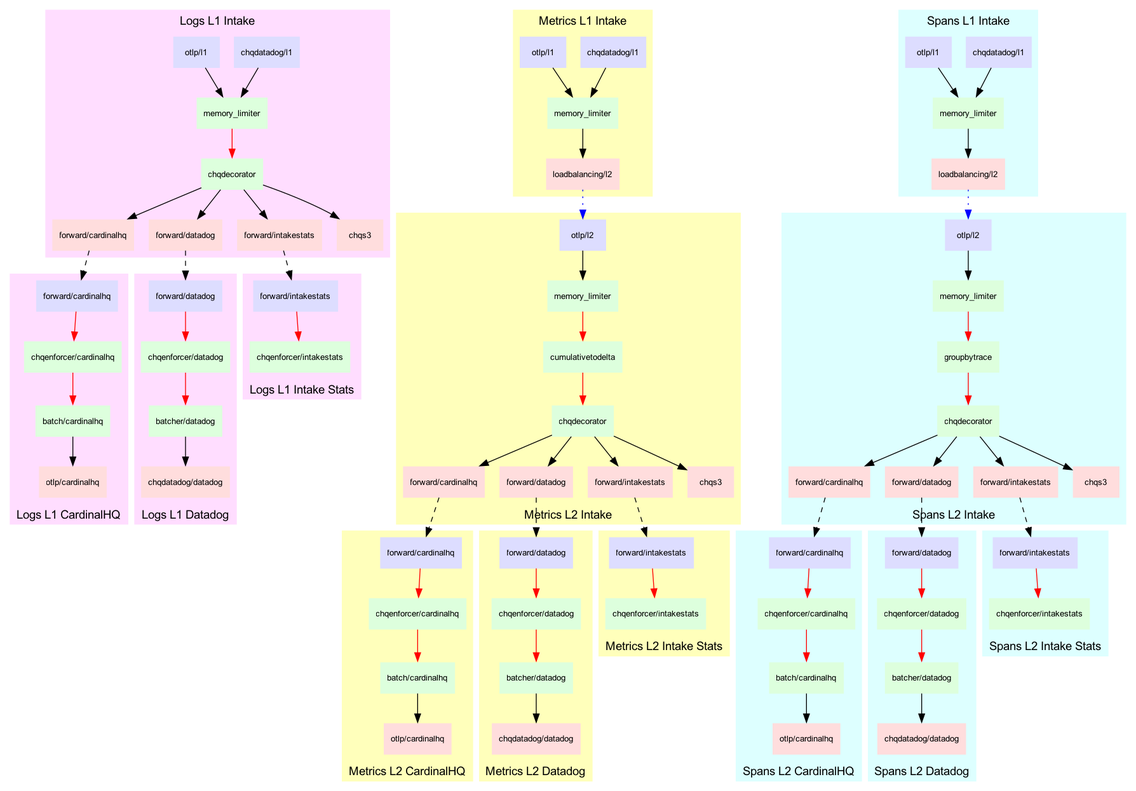
Above: docs/flow/flow.png in cardinalhq/cardinalhq-otel-collector (Graphviz), before the change. Its source is kept beside it as docs/flow/flow.dot.
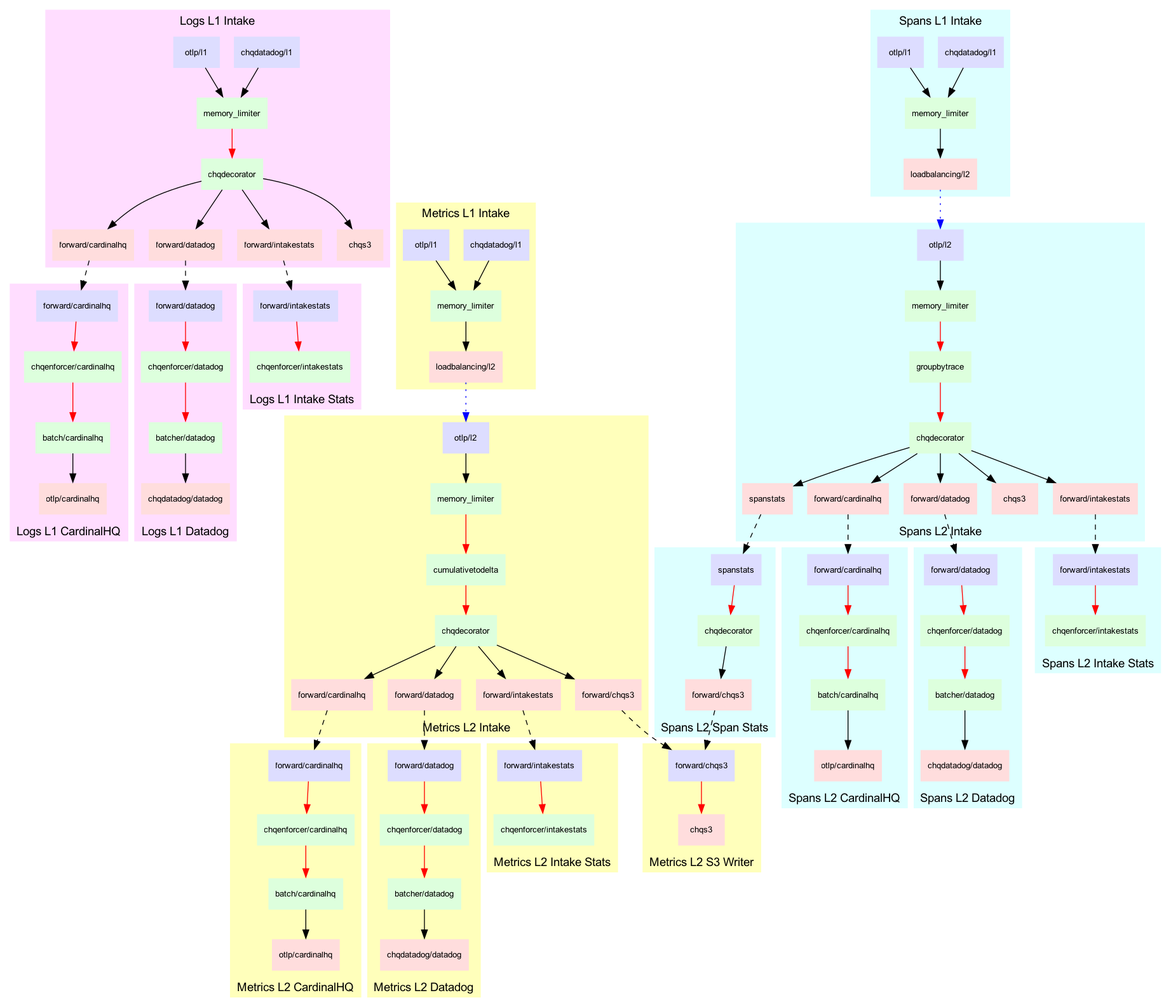
The same diagram one commit later.

Change to the diagram source:
```diff
@@ -78,12 +78,12 @@
         label="Logs L1 Intake Stats";
         labelloc="b";
 
-        c1_forwarder_stats -> c4_forwarder_stats [style=dashed];
+        c1_forwarder_stats -> c100_forwarder_stats [style=dashed];
 
-        c4_forwarder_stats [label="forward/intakestats" color="#ddddff"];
-        c4_chqenforcer_stats [label="chqenforcer/intakestats" color="#ddffdd"];
+        c100_forwarder_stats [label="forward/intakestats" color="#ddddff"];
+        c100_chqenforcer_stats [label="chqenforcer/intakestats" color="#ddffdd"];
 
-        c4_forwarder_stats -> c4_chqenforcer_stats [color=red];
+        c100_forwarder_stats -> c100_chqenforcer_stats [color=red];
     }
 
     subgraph cluster_100 {
@@ -92,14 +92,14 @@
 		node [style=filled,color=white];
         label="Metrics L1 Intake";
 
-        c4_receiver_otlp [label="otlp/l1" color="#ddddff"];
-        c4_receiver_datadog [label="chqdatadog/l1" color="#ddddff"];
-        c4_memory_limiter [label="memory_limiter" color="#ddffdd"];
-        c4_exporter_loadbalance [label="loadbalancing/l2" color="#ffdddd"];
+        c100_receiver_otlp [label="otlp/l1" color="#ddddff"];
+        c100_receiver_datadog [label="chqdatadog/l1" color="#ddddff"];
+        c100_memory_limiter [label="memory_limiter" color="#ddffdd"];
+        c100_exporter_loadbalance [label="loadbalancing/l2" color="#ffdddd"];
 
-        c4_receiver_datadog -> c4_memory_limiter;
-        c4_receiver_otlp -> c4_memory_limiter;
-        c4_memory_limiter -> c4_exporter_loadbalance;
+        c100_receiver_datadog -> c100_memory_limiter;
+        c100_receiver_otlp -> c100_memory_limiter;
+        c100_memory_limiter -> c100_exporter_loadbalance;
     }
 
     subgraph cluster_200 {
@@ -109,24 +109,24 @@
         label="Metrics L2 Intake";
         labelloc="b";
 
-        c4_exporter_loadbalance -> c5_receiver_otlp [style=dotted color=blue]
+        c100_exporter_loadbalance -> c200_receiver_otlp [style=dotted color=blue]
 
-        c5_receiver_otlp [label="otlp/l2" color="#ddddff"];
-        c5_memory_limiter [label="memory_limiter" color="#ddffdd"];
-        c5_cumulativetodelta [label="cumulativetodelta" color="#ddffdd"];
-        c5_chqdecorator [label="chqdecorator" color="#ddffdd"];
-        c5_forwarder_cardinalhq [label="forward/cardinalhq" color="#ffdddd"];
-        c5_forwarder_datadog [label="forward/datadog" color="#ffdddd"];
-        c5_forwarder_stats [label="forward/intakestats" color="#ffdddd"];
-        c5_chqs3 [label="chqs3" color="#ffdddd"];
+        c200_receiver_otlp [label="otlp/l2" color="#ddddff"];
+        c200_memory_limiter [label="memory_limiter" color="#ddffdd"];
+        c200_cumulativetodelta [label="cumulativetodelta" color="#ddffdd"];
+        c200_chqdecorator [label="chqdecorator" color="#ddffdd"];
+        c200_forwarder_cardinalhq [label="forward/cardinalhq" color="#ffdddd"];
+        c200_forwarder_datadog [label="forward/datadog" color="#ffdddd"];
+        c200_forwarder_stats [label="forward/intakestats" color="#ffdddd"];
+        c200_forwarder_chqs3 [label="forward/chqs3" color="#ffdddd"];
 
-        c5_receiver_otlp -> c5_memory_limiter;
-        c5_memory_limiter -> c5_cumulativetodelta [color=red];
-        c5_cumulativetodelta -> c5_chqdecorator [color=red];
-        c5_chqdecorator -> c5_forwarder_cardinalhq;
-        c5_chqdecorator -> c5_forwarder_datadog;
-        c5_chqdecorator -> c5_forwarder_stats;
-        c5_chqdecorator -> c5_chqs3;
+        c200_receiver_otlp -> c200_memory_limiter;
+        c200_memory_limiter -> c200_cumulativetodelta [color=red];
+        c200_cumulativetodelta -> c200_chqdecorator [color=red];
+        c200_chqdecorator -> c200_forwarder_cardinalhq;
+        c200_chqdecorator -> c200_forwarder_datadog;
+        c200_chqdecorator -> c200_forwarder_stats;
+        c200_chqdecorator -> c200_forwarder_chqs3;
     }
 
     subgraph cluster_201 {
@@ -136,16 +136,16 @@
         label="Metrics L2 CardinalHQ";
         labelloc="b";
 
-        c5_forwarder_cardinalhq -> c6_forwarder_cardinalhq [style=dashed];
+        c200_forwarder_cardinalhq -> c201_forwarder_cardinalhq [style=dashed];
 
-        c6_forwarder_cardinalhq [label="forward/cardinalhq" color="#ddddff"];
-        c6_chqenforcer_cardinalhq [label="chqenforcer/cardinalhq" color="#ddffdd"];
-        c6_batcher_cardinalhq [label="batch/cardinalhq" color="#ddffdd"];
-        c6_otlp_cardinalhq [label="otlp/cardinalhq" color="#ffdddd"];
+        c201_forwarder_cardinalhq [label="forward/cardinalhq" color="#ddddff"];
+        c201_chqenforcer_cardinalhq [label="chqenforcer/cardinalhq" color="#ddffdd"];
+        c201_batcher_cardinalhq [label="batch/cardinalhq" color="#ddffdd"];
+        c201_otlp_cardinalhq [label="otlp/cardinalhq" color="#ffdddd"];
 
-        c6_forwarder_cardinalhq -> c6_chqenforcer_cardinalhq [color=red];
-        c6_chqenforcer_cardinalhq -> c6_batcher_cardinalhq [color=red];
-        c6_batcher_cardinalhq -> c6_otlp_cardinalhq;
+        c201_forwarder_cardinalhq -> c201_chqenforcer_cardinalhq [color=red];
+        c201_chqenforcer_cardinalhq -> c201_batcher_cardinalhq [color=red];
+        c201_batcher_cardinalhq -> c201_otlp_cardinalhq;
     }
 
     subgraph cluster_202 {
@@ -155,16 +155,16 @@
         label="Metrics L2 Datadog";
         labelloc="b";
 
-        c5_forwarder_datadog -> c7_forwarder_datadog [style=dashed];
+        c200_forwarder_datadog -> c202_forwarder_datadog [style=dashed];
 
-        c7_forwarder_datadog [label="forward/datadog" color="#ddddff"];
-        c7_chqenforcer_datadog [label="chqenforcer/datadog" color="#ddffdd"];
-        c7_batcher_datadog [label="batcher/datadog" color="#ddffdd"];
-        c7_chqdatadog_datadog [label="chqdatadog/datadog" color="#ffdddd"];
+        c202_forwarder_datadog [label="forward/datadog" color="#ddddff"];
+        c202_chqenforcer_datadog [label="chqenforcer/datadog" color="#ddffdd"];
+        c202_batcher_datadog [label="batcher/datadog" color="#ddffdd"];
+        c202_chqdatadog_datadog [label="chqdatadog/datadog" color="#ffdddd"];
 
-        c7_forwarder_datadog -> c7_chqenforcer_datadog [color=red];
-        c7_chqenforcer_datadog -> c7_batcher_datadog [color=red];
-        c7_batcher_datadog -> c7_chqdatadog_datadog;
+        c202_forwarder_datadog -> c202_chqenforcer_datadog [color=red];
+        c202_chqenforcer_datadog -> c202_batcher_datadog [color=red];
+        c202_batcher_datadog -> c202_chqdatadog_datadog;
     }
 
     subgraph cluster_203 {
@@ -174,12 +174,27 @@
         label="Metrics L2 Intake Stats";
         labelloc="b";
 
-        c5_forwarder_stats -> c8_forwarder_stats [style=dashed];
+        c200_forwarder_stats -> c203_forwarder_stats [style=dashed];
 
-        c8_forwarder_stats [label="forward/intakestats" color="#ddddff"];
-        c8_chqenforcer_stats [label="chqenforcer/intakestats" color="#ddffdd"];
+        c203_forwarder_stats [label="forward/intakestats" color="#ddddff"];
+        c203_chqenforcer_stats [label="chqenforcer/intakestats" color="#ddffdd"];
 
-        c8_forwarder_stats -> c8_chqenforcer_stats [color=red];
+        c203_forwarder_stats -> c203_chqenforcer_stats [color=red];
+    }
+
+        subgraph cluster_204 {
+        style=filled;
+        color="#ffffbb";
+        node [style=filled,color=white];
+        label="Metrics L2 S3 Writer";
+        labelloc="b";
+
+        c200_forwarder_chqs3 -> c204_forwarder_chqs3 [style=dashed];
+
+        c204_forwarder_chqs3 [label="forward/chqs3" color="#ddddff"];
+        c204_chqs3 [label="chqs3" color="#ffdddd"];
+
+        c204_forwarder_chqs3 -> c204_chqs3 [color=red];
     }
 
     subgraph cluster_300 {
@@ -188,14 +203,14 @@
         node [style=filled,color=white];
         label="Spans L1 Intake";
 
-        c8_receiver_otlp [label="otlp/l1" color="#ddddff"];
-        c8_receiver_datadog [label="chqdatadog/l1" color="#ddddff"];
-        c8_memory_limiter [label="memory_limiter" color="#ddffdd"];
-        c8_exporter_loadbalance [label="loadbalancing/l2" color="#ffdddd"];
+        c203_receiver_otlp [label="otlp/l1" color="#ddddff"];
+        c203_receiver_datadog [label="chqdatadog/l1" color="#ddddff"];
+        c203_memory_limiter [label="memory_limiter" color="#ddffdd"];
+        c203_exporter_loadbalance [label="loadbalancing/l2" color="#ffdddd"];
 
-        c8_receiver_datadog -> c8_memory_limiter;
-        c8_receiver_otlp -> c8_memory_limiter;
-        c8_memory_limiter -> c8_exporter_loadbalance;
+        c203_receiver_datadog -> c203_memory_limiter;
+        c203_receiver_otlp -> c203_memory_limiter;
+        c203_memory_limiter -> c203_exporter_loadbalance;
     }
 
     subgraph cluster_400 {
@@ -205,24 +220,26 @@
         label="Spans L2 Intake";
         labelloc="b";
 
-        c8_exporter_loadbalance -> c9_receiver_otlp [style=dotted color=blue]
+        c203_exporter_loadbalance -> c400_receiver_otlp [style=dotted color=blue]
 
-        c9_receiver_otlp [label="otlp/l2" color="#ddddff"];
-        c9_memory_limiter [label="memory_limiter" color="#ddffdd"];
-        c9_groupbytrace [label="groupbytrace" color="#ddffdd"];
-        c9_chqdecorator [label="chqdecorator" color="#ddffdd"];
-        c9_forwarder_cardinalhq [label="forward/cardinalhq" color="#ffdddd"];
-        c9_forwarder_datadog [label="forward/datadog" color="#ffdddd"];
-        c9_forwarder_stats [label="forward/intakestats" color="#ffdddd"];
-        c9_chqs3 [label="chqs3" color="#ffdddd"];
+        c400_receiver_otlp [label="otlp/l2" color="#ddddff"];
+        c400_memory_limiter [label="memory_limiter" color="#ddffdd"];
+        c400_groupbytrace [label="groupbytrace" color="#ddffdd"];
+        c400_chqdecorator [label="chqdecorator" color="#ddffdd"];
+        c400_forwarder_cardinalhq [label="forward/cardinalhq" color="#ffdddd"];
+        c400_forwarder_datadog [label="forward/datadog" color="#ffdddd"];
+        c400_forwarder_stats [label="forward/intakestats" color="#ffdddd"];
+        c400_chqs3 [label="chqs3" color="#ffdddd"];
+        c400_spanstats [label="spanstats" color="#ffdddd"];
 
-        c9_receiver_otlp -> c9_memory_limiter;
-        c9_memory_limiter -> c9_groupbytrace [color=red];
-        c9_groupbytrace -> c9_chqdecorator [color=red];
-        c9_chqdecorator -> c9_forwarder_cardinalhq;
-        c9_chqdecorator -> c9_forwarder_datadog;
-        c9_chqdecorator -> c9_forwarder_stats;
-        c9_chqdecorator -> c9_chqs3;
+        c400_receiver_otlp -> c400_memory_limiter;
+        c400_memory_limiter -> c400_groupbytrace [color=red];
+        c400_groupbytrace -> c400_chqdecorator [color=red];
+        c400_chqdecorator -> c400_forwarder_cardinalhq;
+        c400_chqdecorator -> c400_forwarder_datadog;
+        c400_chqdecorator -> c400_forwarder_stats;
+        c400_chqdecorator -> c400_chqs3;
+        c400_chqdecorator -> c400_spanstats;
     }
 
     subgraph cluster_401 {
@@ -232,16 +249,16 @@
         label="Spans L2 CardinalHQ";
         labelloc="b";
 
-        c9_forwarder_cardinalhq -> c10_forwarder_cardinalhq [style=dashed];
+        c400_forwarder_cardinalhq -> c401_forwarder_cardinalhq [style=dashed];
 
-        c10_forwarder_cardinalhq [label="forward/cardinalhq" color="#ddddff"];
-        c10_chqenforcer_cardinalhq [label="chqenforcer/cardinalhq" color="#ddffdd"];
-        c10_batcher_cardinalhq [label="batch/cardinalhq" color="#ddffdd"];
-        c10_otlp_cardinalhq [label="otlp/cardinalhq" color="#ffdddd"];
+        c401_forwarder_cardinalhq [label="forward/cardinalhq" color="#ddddff"];
+        c401_chqenforcer_cardinalhq [label="chqenforcer/cardinalhq" color="#ddffdd"];
+        c401_batcher_cardinalhq [label="batch/cardinalhq" color="#ddffdd"];
+        c401_otlp_cardinalhq [label="otlp/cardinalhq" color="#ffdddd"];
 
-        c10_forwarder_cardinalhq -> c10_chqenforcer_cardinalhq [color=red];
-        c10_chqenforcer_cardinalhq -> c10_batcher_cardinalhq [color=red];
-        c10_batcher_cardinalhq -> c10_otlp_cardinalhq;
+        c401_forwarder_cardinalhq -> c401_chqenforcer_cardinalhq [color=red];
+        c401_chqenforcer_cardinalhq -> c401_batcher_cardinalhq [color=red];
+        c401_batcher_cardinalhq -> c401_otlp_cardinalhq;
     }
 
     subgraph cluster_402 {
@@ -251,16 +268,16 @@
         label="Spans L2 Datadog";
         labelloc="b";
 
-        c9_forwarder_datadog -> c11_forwarder_datadog [style=dashed];
+        c400_forwarder_datadog -> c402_forwarder_datadog [style=dashed];
 
-        c11_forwarder_datadog [label="forward/datadog" color="#ddddff"];
-        c11_chqenforcer_datadog [label="chqenforcer/datadog" color="#ddffdd"];
-        c11_batcher_datadog [label="batcher/datadog" color="#ddffdd"];
-        c11_chqdatadog_datadog [label="chqdatadog/datadog" color="#ffdddd"];
+        c402_forwarder_datadog [label="forward/datadog" color="#ddddff"];
+        c402_chqenforcer_datadog [label="chqenforcer/datadog" color="#ddffdd"];
+        c402_batcher_datadog [label="batcher/datadog" color="#ddffdd"];
+        c402_chqdatadog_datadog [label="chqdatadog/datadog" color="#ffdddd"];
 
-        c11_forwarder_datadog -> c11_chqenforcer_datadog [color=red];
-        c11_chqenforcer_datadog -> c11_batcher_datadog [color=red];
-        c11_batcher_datadog -> c11_chqdatadog_datadog;
+        c402_forwarder_datadog -> c402_chqenforcer_datadog [color=red];
+        c402_chqenforcer_datadog -> c402_batcher_datadog [color=red];
+        c402_batcher_datadog -> c402_chqdatadog_datadog;
     }
 
     subgraph cluster_403 {
@@ -270,11 +287,29 @@
         label="Spans L2 Intake Stats";
         labelloc="b";
 
-        c9_forwarder_stats -> c12_forwarder_stats [style=dashed];
+        c400_forwarder_stats -> c403_forwarder_stats [style=dashed];
 
-        c12_forwarder_stats [label="forward/intakestats" color="#ddddff"];
-        c12_chqenforcer_stats [label="chqenforcer/intakestats" color="#ddffdd"];
+        c403_forwarder_stats [label="forward/intakestats" color="#ddddff"];
+        c403_chqenforcer_stats [label="chqenforcer/intakestats" color="#ddffdd"];
 
-        c12_forwarder_stats -> c12_chqenforcer_stats [color=red];
+        c403_forwarder_stats -> c403_chqenforcer_stats [color=red];
+    }
+
+    subgraph cluster_404 {
+        style=filled;
+        color="#ddffff";
+        node [style=filled,color=white];
+        label="Spans L2 Span Stats";
+        labelloc="b";
+
+        c400_spanstats -> c404_spanstats [style=dashed];
+        c404_forwarder_chqs3 [label="forward/chqs3" color="#ffdddd"];
+
+        c404_spanstats [label="spanstats" color="#ddddff"];
+        c404_chqdecorator [label="chqdecorator" color="#ddffdd"];
+
+        c404_spanstats -> c404_chqdecorator [color=red];
+        c404_chqdecorator -> c404_forwarder_chqs3;
+        c404_forwarder_chqs3 -> c204_forwarder_chqs3 [style=dashed];
     }
 }
```
